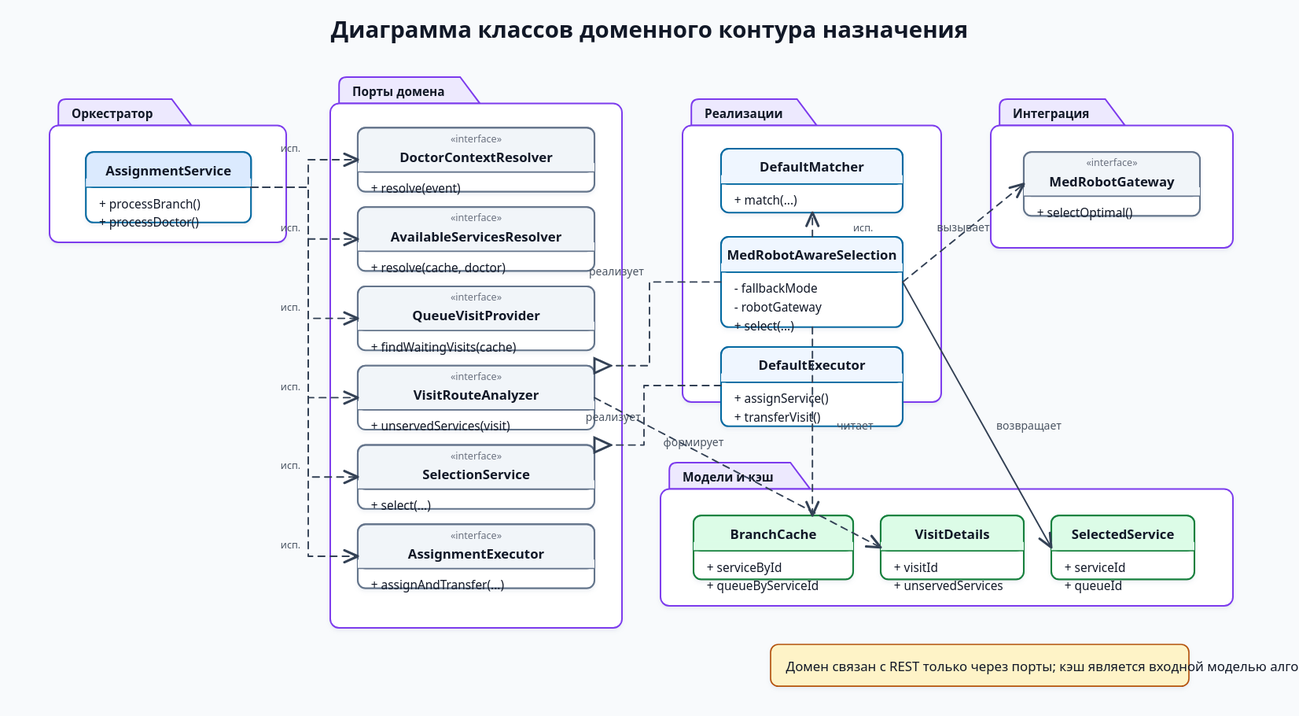
psokolov25/DoctorAssignment keeps this PlantUML diagram as docs/diagrams/domain-class-diagram.svg. Above is the earlier version. Its source is kept beside it as docs/plantuml/domain-class-diagram.puml. Its diagram source:
```plantuml
@startuml
title Диаграмма классов доменного контура назначения

skinparam backgroundColor #F8FAFC
skinparam shadowing false
skinparam defaultFontName "Segoe UI"
skinparam defaultFontSize 13
skinparam defaultTextAlignment center
skinparam wrapWidth 170
skinparam maxMessageSize 120
skinparam linetype ortho
skinparam ArrowColor #334155
skinparam ArrowThickness 1.2
skinparam packageStyle rectangle
skinparam componentStyle uml2
skinparam classAttributeIconSize 0
skinparam handwritten false
skinparam RoundCorner 6
skinparam nodesep 38
skinparam ranksep 46
skinparam package {
  BackgroundColor #FFFFFF
  BorderColor #7C3AED
  FontColor #111827
}
skinparam component {
  BackgroundColor #E0F2FE
  BorderColor #0369A1
  FontColor #111827
}
skinparam interface {
  BackgroundColor #F8FAFC
  BorderColor #64748B
  FontColor #111827
}
skinparam database {
  BackgroundColor #DCFCE7
  BorderColor #15803D
  FontColor #111827
}
skinparam artifact {
  BackgroundColor #FEF3C7
  BorderColor #B45309
  FontColor #111827
}
skinparam node {
  BackgroundColor #FFFFFF
  BorderColor #64748B
  FontColor #111827
}
skinparam note {
  BackgroundColor #FEF3C7
  BorderColor #B45309
  FontColor #111827
}
skinparam actor {
  BorderColor #475569
  FontColor #111827
}
skinparam sequence {
  ArrowColor #334155
  ArrowThickness 1.2
  LifeLineBorderColor #CBD5E1
  LifeLineBackgroundColor transparent
  ParticipantBackgroundColor #E0F2FE
  ParticipantBorderColor #0369A1
  ParticipantFontColor #111827
  GroupBorderColor #94A3B8
  GroupBackgroundColor transparent
  GroupFontColor #334155
  BoxBackgroundColor transparent
  BoxBorderColor #CBD5E1
}
skinparam responseMessageBelowArrow true

left to right direction
hide empty members
package "Оркестратор" {
  class AssignmentService {
    + processBranch()
    + processDoctor()
  }
}
package "Порты домена" {
  interface DoctorContextResolver { + resolve(event) }
  interface AvailableServicesResolver { + resolve(cache, doctor) }
  interface QueueVisitProvider { + findWaitingVisits(cache) }
  interface VisitRouteAnalyzer { + unservedServices(visit) }
  interface SelectionService { + select(...) }
  interface AssignmentExecutor { + assignAndTransfer(...) }
}
package "Реализации" {
  class DefaultMatcher { + match(...) }
  class MedRobotAwareSelection {
    - fallbackMode
    - robotGateway
    + select(...)
  }
  class DefaultExecutor {
    + assignService()
    + transferVisit()
  }
}
package "Интеграция" {
  interface MedRobotGateway { + selectOptimal() }
}
package "Модели и кэш" {
  class BranchCache {
    + serviceById
    + queueByServiceId
  }
  class VisitDetails {
    + visitId
    + unservedServices
  }
  class SelectedService {
    + serviceId
    + queueId
  }
}
AssignmentService ..> DoctorContextResolver : исп.
AssignmentService ..> AvailableServicesResolver : исп.
AssignmentService ..> QueueVisitProvider : исп.
AssignmentService ..> VisitRouteAnalyzer : исп.
AssignmentService ..> SelectionService : исп.
AssignmentService ..> AssignmentExecutor : исп.
MedRobotAwareSelection ..|> SelectionService : реализует
DefaultExecutor ..|> AssignmentExecutor : реализует
AvailableServicesResolver ..> BranchCache : читает
VisitRouteAnalyzer ..> VisitDetails : формирует
MedRobotAwareSelection ..> DefaultMatcher : исп.
MedRobotAwareSelection ..> MedRobotGateway : вызывает
MedRobotAwareSelection --> SelectedService : возвращает
note bottom
  Домен связан с REST только через порты;
  кэш является входной моделью алгоритма.
end note
@enduml
```
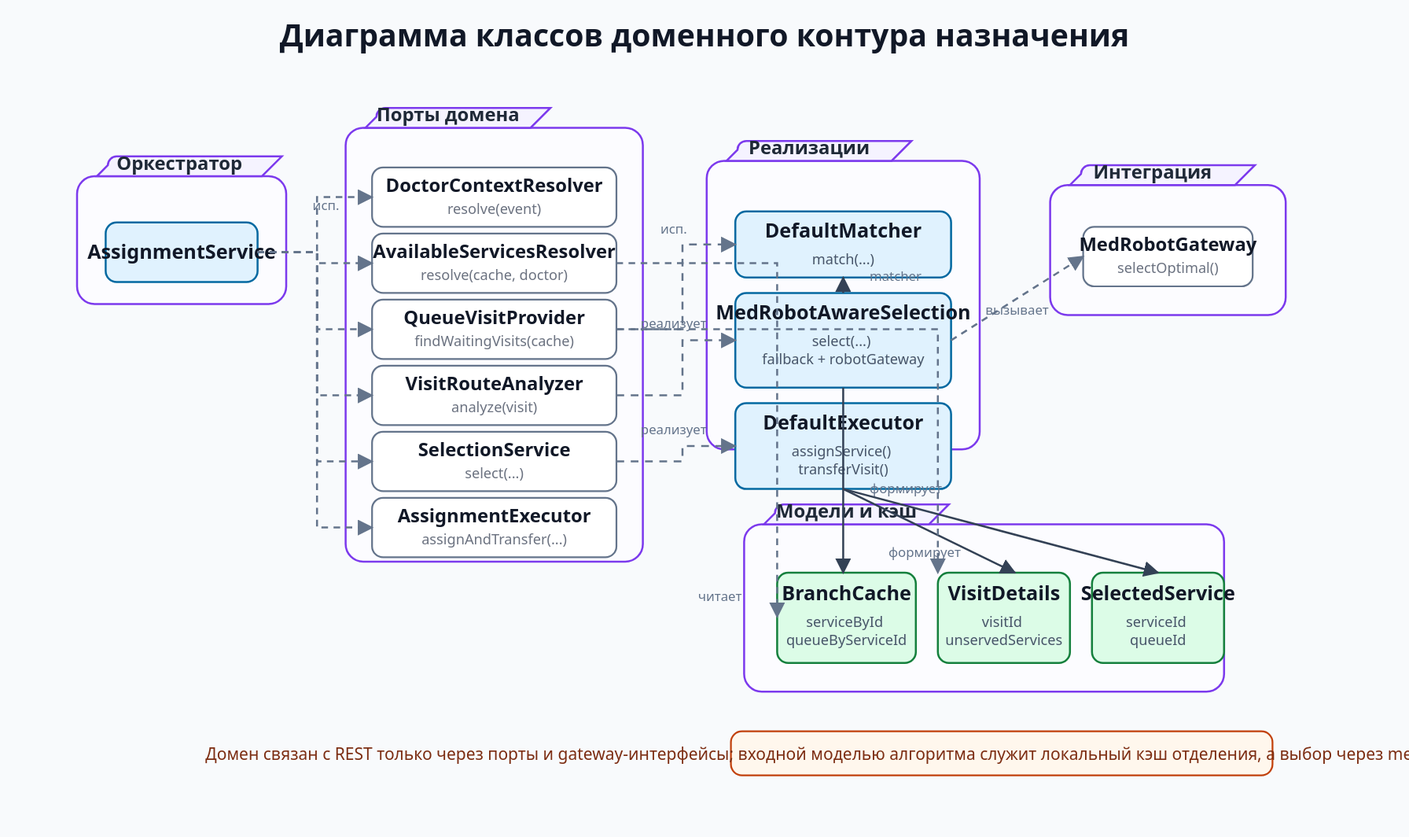
The same diagram one commit later.

Change to the diagram source:
```diff
@@ -1,138 +1,114 @@
 @startuml
+left to right direction
+skinparam backgroundColor #F8FAFC
+skinparam defaultFontName Segoe UI
+skinparam defaultFontSize 15
+skinparam shadowing false
+skinparam ArrowColor #334155
+skinparam ArrowThickness 1.4
+skinparam classAttributeIconSize 0
+skinparam linetype ortho
+skinparam wrapWidth 220
+skinparam nodesep 50
+skinparam ranksep 55
+skinparam packageStyle rectangle
+skinparam rectangleRoundCorner 12
+skinparam class {
+  BackgroundColor #FFFFFF
+  BorderColor #64748B
+}
+skinparam interface {
+  BackgroundColor #FFFFFF
+  BorderColor #64748B
+}
+
 title Диаграмма классов доменного контура назначения
 
-skinparam backgroundColor #F8FAFC
-skinparam shadowing false
-skinparam defaultFontName "Segoe UI"
-skinparam defaultFontSize 13
-skinparam defaultTextAlignment center
-skinparam wrapWidth 170
-skinparam maxMessageSize 120
-skinparam linetype ortho
-skinparam ArrowColor #334155
-skinparam ArrowThickness 1.2
-skinparam packageStyle rectangle
-skinparam componentStyle uml2
-skinparam classAttributeIconSize 0
-skinparam handwritten false
-skinparam RoundCorner 6
-skinparam nodesep 38
-skinparam ranksep 46
-skinparam package {
-  BackgroundColor #FFFFFF
-  BorderColor #7C3AED
-  FontColor #111827
-}
-skinparam component {
-  BackgroundColor #E0F2FE
-  BorderColor #0369A1
-  FontColor #111827
-}
-skinparam interface {
-  BackgroundColor #F8FAFC
-  BorderColor #64748B
-  FontColor #111827
-}
-skinparam database {
-  BackgroundColor #DCFCE7
-  BorderColor #15803D
-  FontColor #111827
-}
-skinparam artifact {
-  BackgroundColor #FEF3C7
-  BorderColor #B45309
-  FontColor #111827
-}
-skinparam node {
-  BackgroundColor #FFFFFF
-  BorderColor #64748B
-  FontColor #111827
-}
-skinparam note {
-  BackgroundColor #FEF3C7
-  BorderColor #B45309
-  FontColor #111827
-}
-skinparam actor {
-  BorderColor #475569
-  FontColor #111827
-}
-skinparam sequence {
-  ArrowColor #334155
-  ArrowThickness 1.2
-  LifeLineBorderColor #CBD5E1
-  LifeLineBackgroundColor transparent
-  ParticipantBackgroundColor #E0F2FE
-  ParticipantBorderColor #0369A1
-  ParticipantFontColor #111827
-  GroupBorderColor #94A3B8
-  GroupBackgroundColor transparent
-  GroupFontColor #334155
-  BoxBackgroundColor transparent
-  BoxBorderColor #CBD5E1
-}
-skinparam responseMessageBelowArrow true
-
-left to right direction
-hide empty members
 package "Оркестратор" {
-  class AssignmentService {
+  class AssignmentService #E0F2FE {
     + processBranch()
     + processDoctor()
   }
 }
+
 package "Порты домена" {
-  interface DoctorContextResolver { + resolve(event) }
-  interface AvailableServicesResolver { + resolve(cache, doctor) }
-  interface QueueVisitProvider { + findWaitingVisits(cache) }
-  interface VisitRouteAnalyzer { + unservedServices(visit) }
-  interface SelectionService { + select(...) }
-  interface AssignmentExecutor { + assignAndTransfer(...) }
+  interface DoctorContextResolver {
+    + resolve(event)
+  }
+  interface AvailableServicesResolver {
+    + resolve(cache, doctor)
+  }
+  interface QueueVisitProvider {
+    + findWaitingVisits(cache)
+  }
+  interface VisitRouteAnalyzer {
+    + analyze(visit)
+  }
+  interface SelectionService {
+    + select(...)
+  }
+  interface AssignmentExecutor {
+    + assignAndTransfer(...)
+  }
 }
+
 package "Реализации" {
-  class DefaultMatcher { + match(...) }
-  class MedRobotAwareSelection {
+  class DefaultMatcher #E0F2FE {
+    + match(...)
+  }
+  class MedRobotAwareSelection #E0F2FE {
     - fallbackMode
     - robotGateway
     + select(...)
   }
-  class DefaultExecutor {
+  class DefaultExecutor #E0F2FE {
     + assignService()
     + transferVisit()
   }
 }
+
 package "Интеграция" {
-  interface MedRobotGateway { + selectOptimal() }
+  interface MedRobotGateway {
+    + selectOptimal()
+  }
 }
+
 package "Модели и кэш" {
-  class BranchCache {
+  class BranchCache #DCFCE7 {
     + serviceById
     + queueByServiceId
   }
-  class VisitDetails {
+  class VisitDetails #DCFCE7 {
     + visitId
     + unservedServices
   }
-  class SelectedService {
+  class SelectedService #DCFCE7 {
     + serviceId
     + queueId
   }
 }
-AssignmentService ..> DoctorContextResolver : исп.
-AssignmentService ..> AvailableServicesResolver : исп.
-AssignmentService ..> QueueVisitProvider : исп.
-AssignmentService ..> VisitRouteAnalyzer : исп.
-AssignmentService ..> SelectionService : исп.
-AssignmentService ..> AssignmentExecutor : исп.
-MedRobotAwareSelection ..|> SelectionService : реализует
-DefaultExecutor ..|> AssignmentExecutor : реализует
-AvailableServicesResolver ..> BranchCache : читает
-VisitRouteAnalyzer ..> VisitDetails : формирует
-MedRobotAwareSelection ..> DefaultMatcher : исп.
+
+AssignmentService ..> DoctorContextResolver : использует
+AssignmentService ..> AvailableServicesResolver : использует
+AssignmentService ..> QueueVisitProvider : использует
+AssignmentService ..> VisitRouteAnalyzer : использует
+AssignmentService ..> SelectionService : использует
+AssignmentService ..> AssignmentExecutor : использует
+
+SelectionService <|.. MedRobotAwareSelection
+VisitRouteAnalyzer <|.. DefaultMatcher
+AssignmentExecutor <|.. DefaultExecutor
+
 MedRobotAwareSelection ..> MedRobotGateway : вызывает
 MedRobotAwareSelection --> SelectedService : возвращает
+DefaultExecutor --> VisitDetails : использует
+AvailableServicesResolver ..> BranchCache : читает
+QueueVisitProvider ..> BranchCache : читает
+VisitRouteAnalyzer ..> VisitDetails : анализирует
+
 note bottom
-  Домен связан с REST только через порты;
-  кэш является входной моделью алгоритма.
+Домен связан с REST только через порты и gateway-интерфейсы.
+Входной моделью алгоритма служит локальный кэш отделения,
+а выбор через med-robot остается опциональным расширением.
 end note
 @enduml
```
